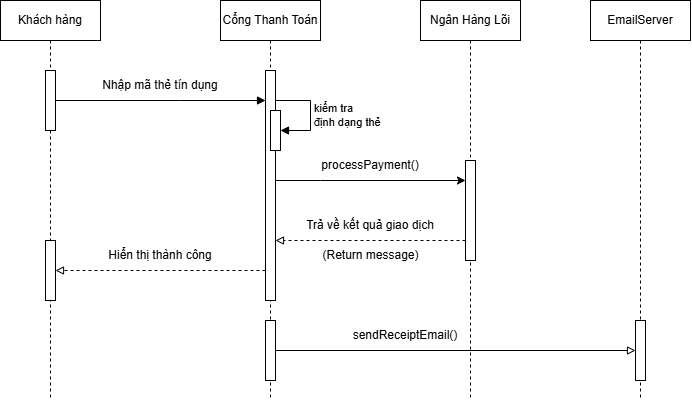
Yuk1n3IzHav/B25DTCN324_IT105_session_10_bai_2 keeps this draw.io diagram as B02.png. Above is the earlier version. Source tidied: cells renumbered, new cells last; positions are measured from the earlier drawing's top-left corner, leaving out a move shared by most shapes.
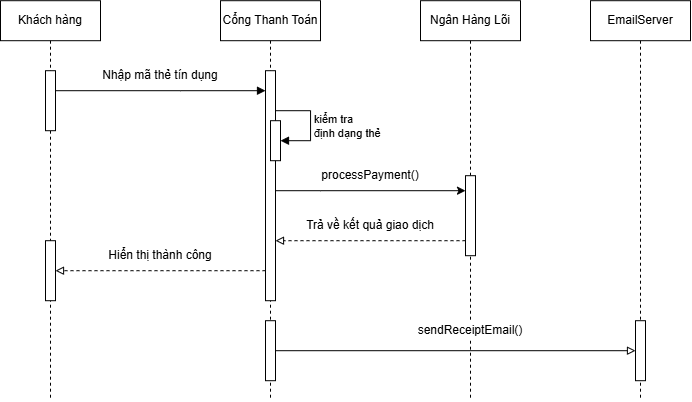
The same diagram one commit later.

Diff of the diagram source:
```diff
@@ -5,36 +5,36 @@
     <mxCell id="2" value="Ngân Hàng Lõi" style="shape=umlLifeline;perimeter=lifelinePerimeter;whiteSpace=wrap;html=1;newEdgeStyle={&quot;curved&quot;:0,&quot;rounded&quot;:0};" parent="1" vertex="1">
       <mxGeometry x="420" width="100" height="400" as="geometry" />
     </mxCell>
-    <mxCell id="3" style="html=1;perimeter=orthogonalPerimeter;targetShapes=umlLifeline;newEdgeStyle={&quot;curved&quot;:0,&quot;rounded&quot;:0};" parent="2" vertex="1">
-      <mxGeometry x="45" y="160" width="10" height="100" as="geometry" />
-    </mxCell>
+    <mxCell id="25" style="html=1;perimeter=orthogonalPerimeter;targetShapes=umlLifeline;newEdgeStyle={&quot;curved&quot;:0,&quot;rounded&quot;:0};" parent="2" vertex="1">
+      <mxGeometry x="45" y="175" width="10" height="80" as="geometry" />
+    </mxCell>
     <mxCell id="4" value="Cổng Thanh Toán" style="shape=umlLifeline;perimeter=lifelinePerimeter;whiteSpace=wrap;html=1;newEdgeStyle={&quot;curved&quot;:0,&quot;rounded&quot;:0};" parent="1" vertex="1">
       <mxGeometry x="220" width="100" height="400" as="geometry" />
     </mxCell>
     <mxCell id="5" style="html=1;points=[[0,0,0,0,5],[0,1,0,0,-5],[1,0,0,0,5],[1,1,0,0,-5]];perimeter=orthogonalPerimeter;outlineConnect=0;targetShapes=umlLifeline;portConstraint=eastwest;newEdgeStyle={&quot;curved&quot;:0,&quot;rounded&quot;:0};" parent="4" vertex="1">
       <mxGeometry x="45" y="70" width="10" height="230" as="geometry" />
     </mxCell>
-    <mxCell id="6" style="html=1;points=[[0,0,0,0,5],[0,1,0,0,-5],[1,0,0,0,5],[1,1,0,0,-5]];perimeter=orthogonalPerimeter;outlineConnect=0;targetShapes=umlLifeline;portConstraint=eastwest;newEdgeStyle={&quot;curved&quot;:0,&quot;rounded&quot;:0};" parent="4" vertex="1">
-      <mxGeometry x="45" y="320" width="10" height="60" as="geometry" />
-    </mxCell>
+    <mxCell id="26" style="html=1;points=[[0,0,0,0,5],[0,1,0,0,-5],[1,0,0,0,5],[1,1,0,0,-5]];perimeter=orthogonalPerimeter;outlineConnect=0;targetShapes=umlLifeline;portConstraint=eastwest;newEdgeStyle={&quot;curved&quot;:0,&quot;rounded&quot;:0};" parent="4" vertex="1">
+      <mxGeometry x="45" y="320" width="10" height="60" as="geometry" />
+    </mxCell>
-    <mxCell id="7" value="kiểm tra&amp;nbsp;&lt;div&gt;định dạng thẻ&lt;/div&gt;" style="html=1;align=left;spacingLeft=2;endArrow=block;rounded=0;edgeStyle=orthogonalEdgeStyle;curved=0;rounded=0;" parent="4" edge="1" target="8">
+    <mxCell id="7" value="kiểm tra&amp;nbsp;&lt;div&gt;định dạng thẻ&lt;/div&gt;" style="html=1;align=left;spacingLeft=2;endArrow=block;rounded=0;edgeStyle=orthogonalEdgeStyle;curved=0;rounded=0;" parent="4" edge="1" target="27">
       <mxGeometry x="0.05" relative="1" as="geometry">
-        <mxPoint x="55" y="100" as="sourcePoint" />
+        <mxPoint x="55" y="110" as="sourcePoint" />
         <Array as="points">
-          <mxPoint x="90" y="100" />
-          <mxPoint x="90" y="130" />
+          <mxPoint x="90" y="110" />
+          <mxPoint x="90" y="140" />
         </Array>
       </mxGeometry>
     </mxCell>
-    <mxCell id="8" style="html=1;points=[[0,0,0,0,5],[0,1,0,0,-5],[1,0,0,0,5],[1,1,0,0,-5]];perimeter=orthogonalPerimeter;outlineConnect=0;targetShapes=umlLifeline;portConstraint=eastwest;newEdgeStyle={&quot;curved&quot;:0,&quot;rounded&quot;:0};" parent="4" vertex="1">
-      <mxGeometry x="50" y="110" width="10" height="40" as="geometry" />
-    </mxCell>
+    <mxCell id="27" style="html=1;points=[[0,0,0,0,5],[0,1,0,0,-5],[1,0,0,0,5],[1,1,0,0,-5]];perimeter=orthogonalPerimeter;outlineConnect=0;targetShapes=umlLifeline;portConstraint=eastwest;newEdgeStyle={&quot;curved&quot;:0,&quot;rounded&quot;:0};" parent="4" vertex="1">
+      <mxGeometry x="50" y="120" width="10" height="40" as="geometry" />
+    </mxCell>
     <mxCell id="9" value="EmailServer" style="shape=umlLifeline;perimeter=lifelinePerimeter;whiteSpace=wrap;html=1;newEdgeStyle={&quot;curved&quot;:0,&quot;rounded&quot;:0};" parent="1" vertex="1">
       <mxGeometry x="590" width="100" height="400" as="geometry" />
     </mxCell>
-    <mxCell id="10" style="html=1;points=[[0,0,0,0,5],[0,1,0,0,-5],[1,0,0,0,5],[1,1,0,0,-5]];perimeter=orthogonalPerimeter;outlineConnect=0;targetShapes=umlLifeline;portConstraint=eastwest;newEdgeStyle={&quot;curved&quot;:0,&quot;rounded&quot;:0};" parent="9" vertex="1">
-      <mxGeometry x="45" y="320" width="10" height="60" as="geometry" />
-    </mxCell>
+    <mxCell id="28" style="html=1;points=[[0,0,0,0,5],[0,1,0,0,-5],[1,0,0,0,5],[1,1,0,0,-5]];perimeter=orthogonalPerimeter;outlineConnect=0;targetShapes=umlLifeline;portConstraint=eastwest;newEdgeStyle={&quot;curved&quot;:0,&quot;rounded&quot;:0};" parent="9" vertex="1">
+      <mxGeometry x="45" y="320" width="10" height="60" as="geometry" />
+    </mxCell>
     <mxCell id="11" value="Khách hàng" style="shape=umlLifeline;perimeter=lifelinePerimeter;whiteSpace=wrap;html=1;newEdgeStyle={&quot;curved&quot;:0,&quot;rounded&quot;:0};" parent="1" vertex="1">
       <mxGeometry width="100" height="400" as="geometry" />
     </mxCell>
@@ -44,63 +44,62 @@
     <mxCell id="13" style="html=1;perimeter=orthogonalPerimeter;targetShapes=umlLifeline;newEdgeStyle={&quot;curved&quot;:0,&quot;rounded&quot;:0};" parent="11" vertex="1">
       <mxGeometry x="45" y="240" width="10" height="60" as="geometry" />
     </mxCell>
-    <mxCell id="14" style="edgeStyle=orthogonalEdgeStyle;rounded=0;jettySize=auto;html=1;curved=0;endArrow=block;endFill=1;" parent="1" edge="1" source="12" target="5">
-      <mxGeometry relative="1" as="geometry">
-        <Array as="points">
-          <mxPoint x="180" y="100" />
-          <mxPoint x="180" y="100" />
-        </Array>
-      </mxGeometry>
-    </mxCell>
-    <mxCell id="15" style="edgeStyle=orthogonalEdgeStyle;rounded=0;jettySize=auto;html=1;curved=0;dashed=1;endArrow=block;endFill=0;" parent="1" edge="1" source="5">
-      <mxGeometry relative="1" as="geometry">
-        <mxPoint x="55" y="270" as="targetPoint" />
-        <Array as="points">
-          <mxPoint x="200" y="270" />
-          <mxPoint x="200" y="270" />
-        </Array>
-      </mxGeometry>
-    </mxCell>
-    <mxCell id="16" style="edgeStyle=orthogonalEdgeStyle;rounded=0;jettySize=auto;html=1;curved=0;endArrow=block;endFill=0;" parent="1" edge="1" source="6" target="10">
-      <mxGeometry relative="1" as="geometry" />
-    </mxCell>
-    <mxCell id="17" style="edgeStyle=orthogonalEdgeStyle;rounded=0;orthogonalLoop=1;jettySize=auto;html=1;curved=0;endArrow=none;endFill=0;startArrow=classic;startFill=1;" parent="1" edge="1">
-      <mxGeometry relative="1" as="geometry">
-        <mxPoint x="465" y="180" as="sourcePoint" />
-        <mxPoint x="275" y="180" as="targetPoint" />
-        <Array as="points">
-          <mxPoint x="320" y="180" />
-          <mxPoint x="320" y="180" />
-        </Array>
-      </mxGeometry>
-    </mxCell>
-    <mxCell id="18" style="edgeStyle=orthogonalEdgeStyle;rounded=0;orthogonalLoop=1;jettySize=auto;html=1;curved=0;dashed=1;endArrow=block;endFill=0;" parent="1" edge="1">
-      <mxGeometry relative="1" as="geometry">
-        <mxPoint x="465" y="240" as="sourcePoint" />
-        <mxPoint x="275" y="240" as="targetPoint" />
-        <Array as="points">
-          <mxPoint x="370" y="240" />
-          <mxPoint x="370" y="240" />
-        </Array>
-      </mxGeometry>
-    </mxCell>
+    <mxCell id="29" style="edgeStyle=orthogonalEdgeStyle;rounded=0;orthogonalLoop=1;jettySize=auto;html=1;curved=0;endArrow=block;endFill=1;" parent="1" edge="1">
+      <mxGeometry relative="1" as="geometry">
+        <mxPoint x="55" y="90" as="sourcePoint" />
+        <mxPoint x="265" y="90" as="targetPoint" />
+        <Array as="points">
+          <mxPoint x="180" y="90" />
+          <mxPoint x="180" y="90" />
+        </Array>
+      </mxGeometry>
+    </mxCell>
+    <mxCell id="30" style="edgeStyle=orthogonalEdgeStyle;rounded=0;jettySize=auto;html=1;curved=0;dashed=1;endArrow=block;endFill=0;" parent="1" edge="1" source="5">
+      <mxGeometry relative="1" as="geometry">
+        <mxPoint x="55" y="270" as="targetPoint" />
+        <Array as="points">
+          <mxPoint x="200" y="270" />
+          <mxPoint x="200" y="270" />
+        </Array>
+      </mxGeometry>
+    </mxCell>
+    <mxCell id="31" style="edgeStyle=orthogonalEdgeStyle;rounded=0;jettySize=auto;html=1;curved=0;endArrow=block;endFill=0;" parent="1" edge="1" source="26" target="28">
+      <mxGeometry relative="1" as="geometry" />
+    </mxCell>
+    <mxCell id="32" style="edgeStyle=orthogonalEdgeStyle;rounded=0;orthogonalLoop=1;jettySize=auto;html=1;curved=0;endArrow=none;endFill=0;startArrow=classic;startFill=1;" parent="1" edge="1">
+      <mxGeometry relative="1" as="geometry">
+        <mxPoint x="465" y="190" as="sourcePoint" />
+        <mxPoint x="275" y="190" as="targetPoint" />
+        <Array as="points">
+          <mxPoint x="320" y="190" />
+          <mxPoint x="320" y="190" />
+        </Array>
+      </mxGeometry>
+    </mxCell>
+    <mxCell id="33" style="edgeStyle=orthogonalEdgeStyle;rounded=0;orthogonalLoop=1;jettySize=auto;html=1;curved=0;dashed=1;endArrow=block;endFill=0;" parent="1" edge="1">
+      <mxGeometry relative="1" as="geometry">
+        <mxPoint x="465" y="240" as="sourcePoint" />
+        <mxPoint x="275" y="240" as="targetPoint" />
+        <Array as="points">
+          <mxPoint x="370" y="240" />
+          <mxPoint x="370" y="240" />
+        </Array>
+      </mxGeometry>
+    </mxCell>
     <mxCell id="19" value="Nhập mã thẻ tín dụng" style="text;html=1;whiteSpace=wrap;strokeColor=none;fillColor=none;align=center;verticalAlign=middle;rounded=0;" parent="1" vertex="1">
-      <mxGeometry x="100" y="70" width="120" height="30" as="geometry" />
+      <mxGeometry x="100" y="60" width="120" height="30" as="geometry" />
     </mxCell>
     <mxCell id="20" value="Hiển thị thành công" style="text;html=1;whiteSpace=wrap;strokeColor=none;fillColor=none;align=center;verticalAlign=middle;rounded=0;" parent="1" vertex="1">
       <mxGeometry x="100" y="240" width="120" height="30" as="geometry" />
     </mxCell>
     <mxCell id="21" value="processPayment()" style="text;html=1;whiteSpace=wrap;strokeColor=none;fillColor=none;align=center;verticalAlign=middle;rounded=0;" parent="1" vertex="1">
-      <mxGeometry x="340" y="150" width="60" height="30" as="geometry" />
+      <mxGeometry x="340" y="160" width="60" height="30" as="geometry" />
     </mxCell>
     <mxCell id="22" value="Trả về kết quả giao dịch" style="text;html=1;whiteSpace=wrap;strokeColor=none;fillColor=none;align=center;verticalAlign=middle;rounded=0;" parent="1" vertex="1">
       <mxGeometry x="305" y="210" width="130" height="30" as="geometry" />
     </mxCell>
-    <mxCell id="23" value="(Return message)" style="text;html=1;whiteSpace=wrap;strokeColor=none;fillColor=none;align=center;verticalAlign=middle;rounded=0;" parent="1" vertex="1">
-      <mxGeometry x="312.5" y="240" width="115" height="30" as="geometry" />
-    </mxCell>
-    <mxCell id="24" value="sendReceiptEmail()" style="text;html=1;whiteSpace=wrap;strokeColor=none;fillColor=none;align=center;verticalAlign=middle;rounded=0;" parent="1" vertex="1">
-      <mxGeometry x="375" y="320" width="60" height="30" as="geometry" />
+    <mxCell id="24" value="sendReceiptEmail()" style="text;html=1;whiteSpace=wrap;strokeColor=none;fillColor=default;align=center;verticalAlign=middle;rounded=0;" parent="1" vertex="1">
+      <mxGeometry x="410" y="320" width="120" height="20" as="geometry" />
     </mxCell>
   </root>
 </mxGraphModel>
```
